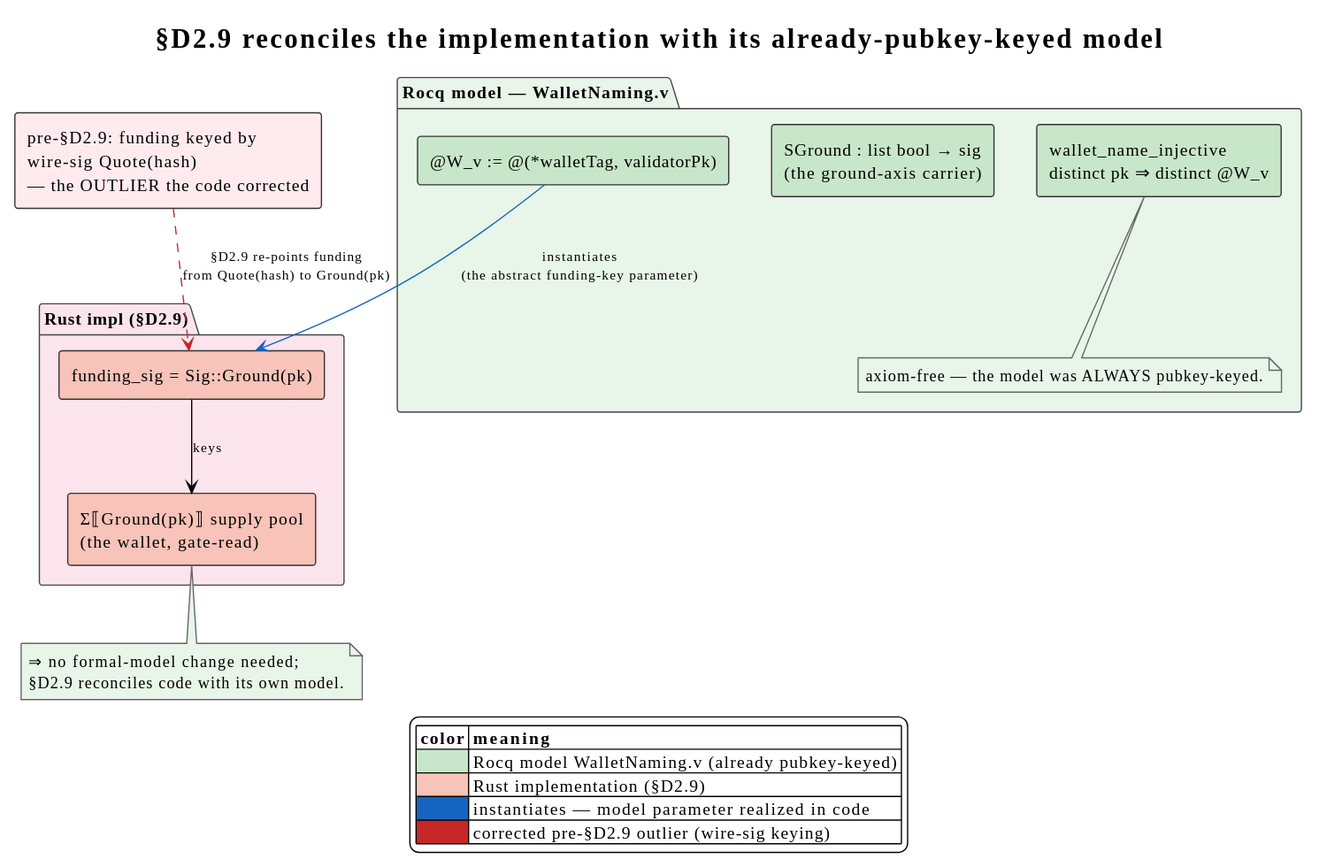
F1R3FLY-io/f1r3node-rust keeps this PlantUML diagram as docs/theory/diagrams/d2-9-walletnaming-reconciliation.svg. Above is the earlier version.
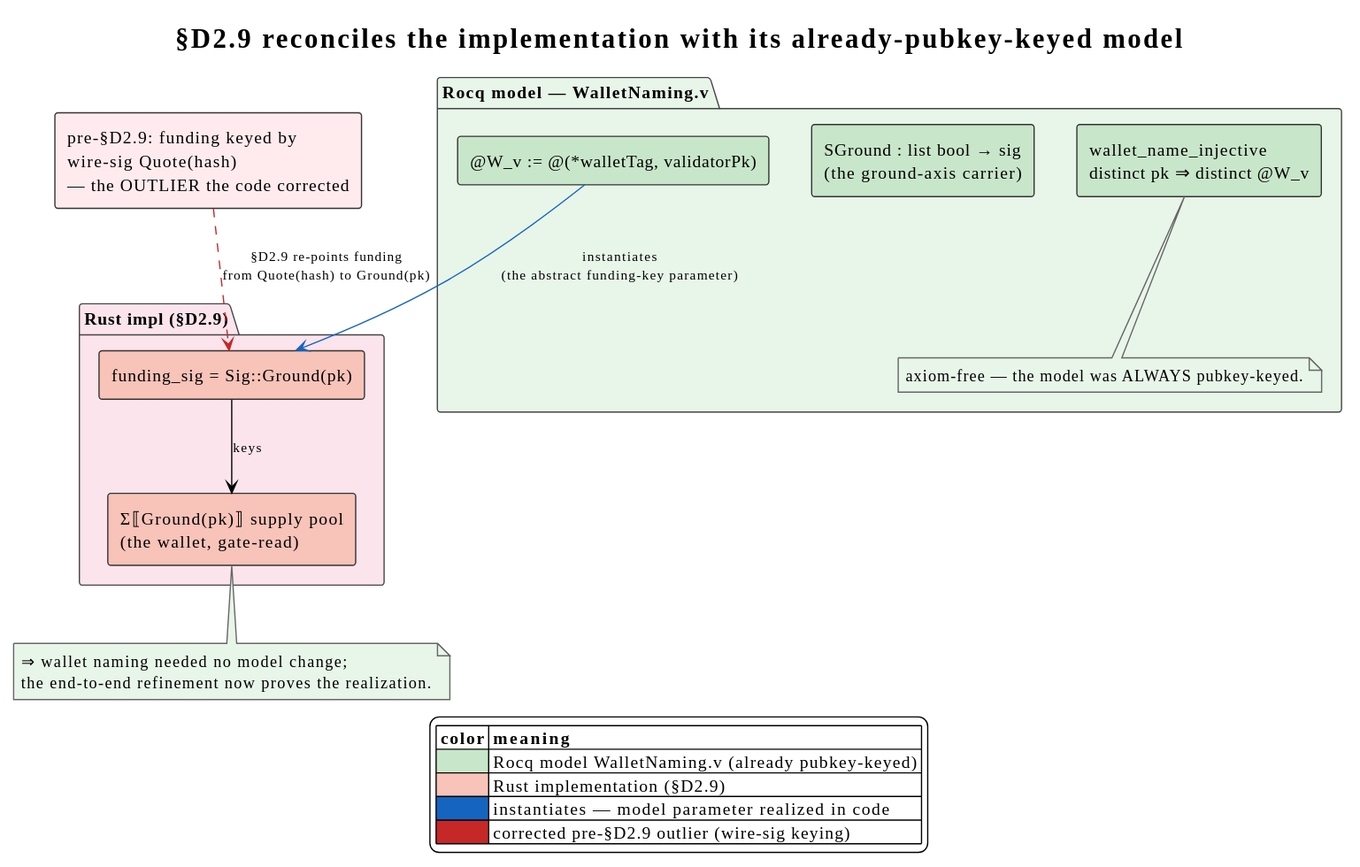
Above is the later version.

Change to the diagram source:
```diff
@@ -35,8 +35,8 @@
 OUTLIER .[#C62828].> FSIG : §D2.9 re-points funding\nfrom Quote(hash) to Ground(pk)
 
 note as CONCLUSION #E8F5E9
-  ⇒ no formal-model change needed;
-  §D2.9 reconciles code with its own model.
+  ⇒ wallet naming needed no model change;
+  the end-to-end refinement now proves the realization.
 end note
 POOL .. CONCLUSION
 
```
